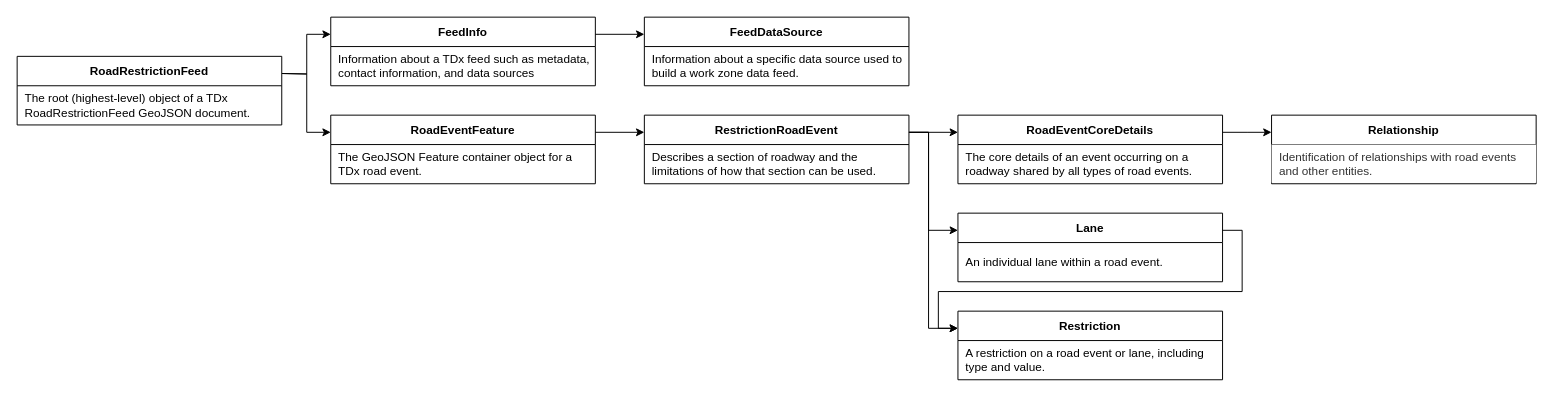
The draw.io diagram images/TDx_RoadRestrictionFeed_object_diagram.drawio in usdot-jpo-ode/TDx, before the edit. Source tidied: cells renumbered, new cells numbered last; positions are measured from the earlier drawing's top-left corner, leaving out a move shared by most shapes. Both pictures are drawn from the tidied source at 98%, with x=0, y=0 at pixel (17, 17).
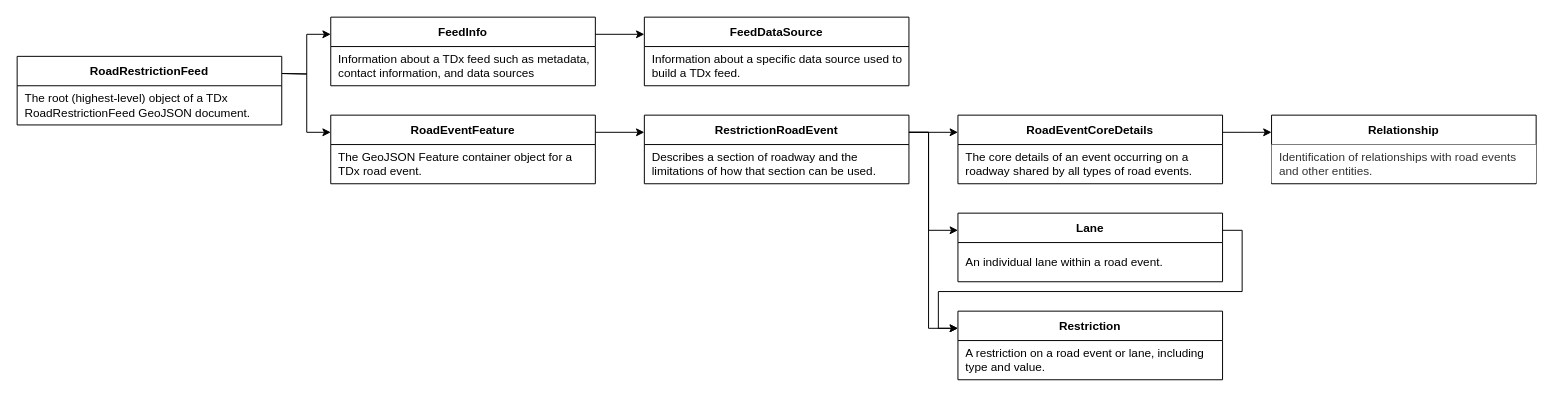
The same page after the edit.

Commit message (it also covers changes not shown here):
Update wording in obj diagram

Unchanged cells that the change refers to:
```xml
<mxCell id="11" style="shape=partialRectangle;fillColor=none;top=0;left=0;right=0;bottom=0;" parent="10" vertex="1">
  <mxGeometry y="30" width="270" height="39" as="geometry" />
</mxCell>
```

Change to the diagram source:
```diff
@@
-    <mxCell id="12" value="Information about a specific data source used to build a work zone data feed." style="shape=partialRectangle;overflow=hidden;top=0;left=0;bottom=0;right=0;align=left;spacingLeft=6;fontStyle=0;strokeColor=#d6b656;fillColor=none;whiteSpace=wrap;" parent="11" vertex="1">
+    <mxCell id="12" value="Information about a specific data source used to build a TDx feed." style="shape=partialRectangle;overflow=hidden;top=0;left=0;bottom=0;right=0;align=left;spacingLeft=6;fontStyle=0;strokeColor=#d6b656;fillColor=none;whiteSpace=wrap;" parent="11" vertex="1">
       <mxGeometry width="270" height="39" as="geometry" />
     </mxCell>
```
